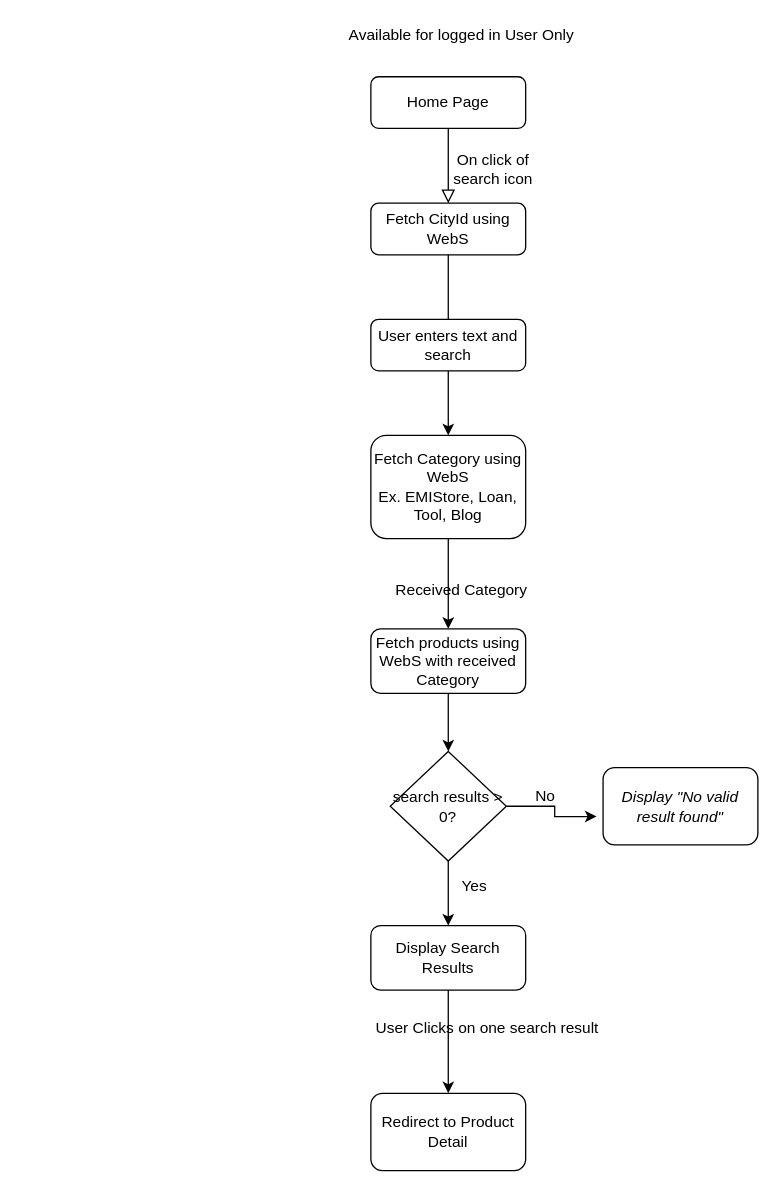
Before: SearchFlowDiagram.drawio in amit2908/Notes, a draw.io diagram. Source tidied: cells renumbered, new cells numbered last; positions are measured from the earlier drawing's top-left corner, leaving out a move shared by most shapes. Both pictures are drawn from the tidied source at 129%, with x=0, y=0 at pixel (338, 22).
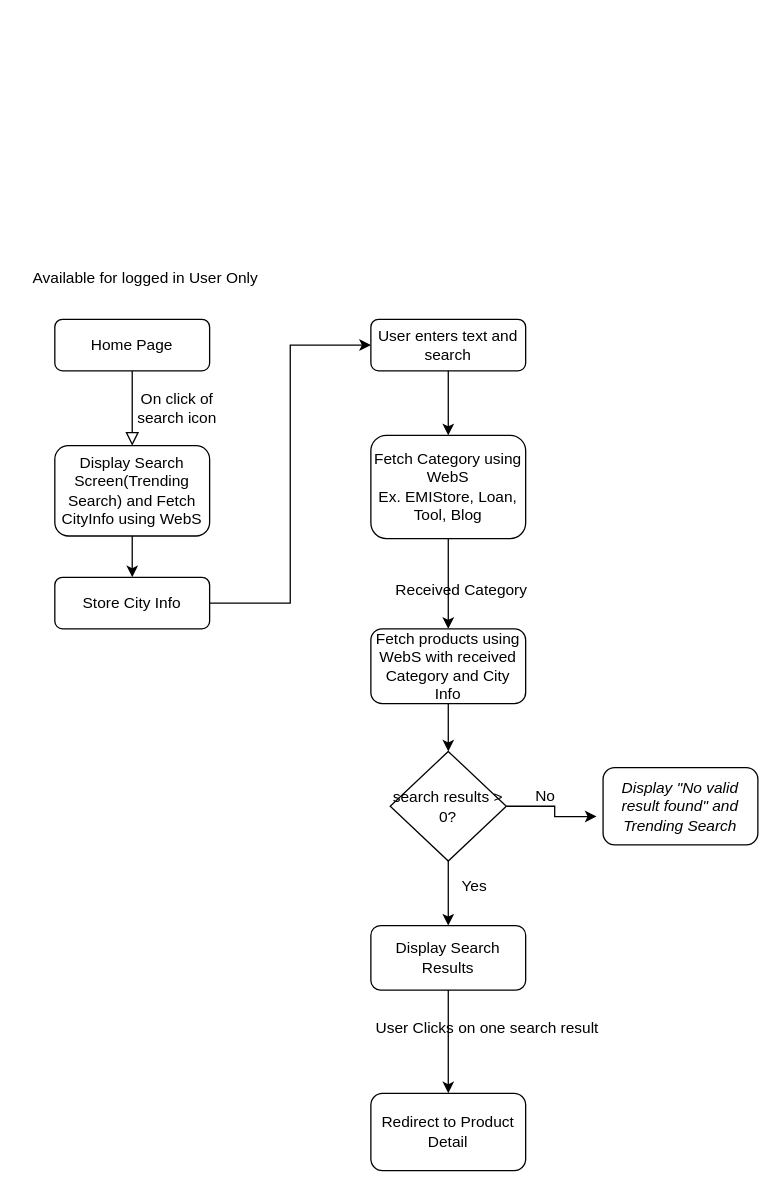
The same diagram, later.

Unchanged cells that the change refers to:
```xml
<mxCell id="9" value="User enters text and search" style="rounded=1;whiteSpace=wrap;html=1;fontSize=12;glass=0;strokeWidth=1;shadow=0;" parent="1" vertex="1">
  <mxGeometry x="25" y="230" width="120" height="40" as="geometry" />
</mxCell>
```

What changed in the source:
```diff
@@
     <mxCell id="3" value="Home Page" style="rounded=1;whiteSpace=wrap;html=1;fontSize=12;glass=0;strokeWidth=1;shadow=0;" parent="1" vertex="1">
-      <mxGeometry x="25" y="42" width="120" height="40" as="geometry" />
+      <mxGeometry x="-220" y="230" width="120" height="40" as="geometry" />
     </mxCell>
-    <mxCell id="4" style="rounded=0;html=1;jettySize=auto;fontSize=11;endArrow=block;endFill=0;endSize=8;strokeWidth=1;shadow=0;labelBackgroundColor=none;edgeStyle=orthogonalEdgeStyle;" parent="1" edge="1" source="5">
-      <mxGeometry y="20" relative="1" as="geometry">
-        <mxPoint x="85" y="270" as="targetPoint" />
-      </mxGeometry>
-    </mxCell>
+    <mxCell id="25" style="edgeStyle=orthogonalEdgeStyle;rounded=0;jettySize=auto;html=1;entryX=0.5;entryY=0;entryDx=0;entryDy=0;" parent="1" edge="1" source="5" target="27">
+      <mxGeometry relative="1" as="geometry" />
+    </mxCell>
-    <mxCell id="5" value="Fetch CityId using WebS" style="rounded=1;whiteSpace=wrap;html=1;fontSize=12;glass=0;strokeWidth=1;shadow=0;" parent="1" vertex="1">
-      <mxGeometry x="25" y="140" width="120" height="40" as="geometry" />
+    <mxCell id="5" value="Display Search Screen(Trending Search) and Fetch CityInfo using WebS" style="rounded=1;whiteSpace=wrap;html=1;fontSize=12;glass=0;strokeWidth=1;shadow=0;" parent="1" vertex="1">
+      <mxGeometry x="-220" y="328" width="120" height="70" as="geometry" />
     </mxCell>
@@
     <mxCell id="10" value="Available for logged in User Only" style="text;html=1;align=center;verticalAlign=middle;" parent="1" vertex="1">
-      <mxGeometry width="190" height="20" as="geometry" />
+      <mxGeometry x="-245" y="188" width="190" height="20" as="geometry" />
     </mxCell>
     <mxCell id="11" value="On click of search icon" style="text;html=1;strokeColor=none;fillColor=none;align=center;verticalAlign=middle;whiteSpace=wrap;rounded=0;" parent="1" vertex="1">
-      <mxGeometry x="85" y="94" width="70" height="40" as="geometry" />
+      <mxGeometry x="-160" y="279" width="70" height="40" as="geometry" />
     </mxCell>
@@
-    <mxCell id="13" value="Fetch products using WebS with received Category" style="rounded=1;whiteSpace=wrap;html=1;" parent="1" vertex="1">
-      <mxGeometry x="25" y="470" width="120" height="50" as="geometry" />
+    <mxCell id="13" value="Fetch products using WebS with received Category and City Info" style="rounded=1;whiteSpace=wrap;html=1;" parent="1" vertex="1">
+      <mxGeometry x="25" y="470" width="120" height="58" as="geometry" />
     </mxCell>
@@
-    <mxCell id="20" value="&lt;em&gt;Display &quot;No valid result found&quot;&lt;/em&gt;" style="rounded=1;whiteSpace=wrap;html=1;" parent="1" vertex="1">
+    <mxCell id="20" value="&lt;em&gt;Display &quot;No valid result found&quot; and Trending Search&lt;/em&gt;" style="rounded=1;whiteSpace=wrap;html=1;" parent="1" vertex="1">
       <mxGeometry x="205" y="577.5" width="120" height="60" as="geometry" />
     </mxCell>
@@
+    <mxCell id="26" style="edgeStyle=orthogonalEdgeStyle;rounded=0;jettySize=auto;html=1;entryX=0;entryY=0.5;entryDx=0;entryDy=0;" parent="1" edge="1" source="27" target="9">
+      <mxGeometry relative="1" as="geometry" />
+    </mxCell>
+    <mxCell id="27" value="Store City Info" style="rounded=1;whiteSpace=wrap;html=1;fontSize=12;glass=0;strokeWidth=1;shadow=0;" parent="1" vertex="1">
+      <mxGeometry x="-220" y="430" width="120" height="40" as="geometry" />
+    </mxCell>
```
